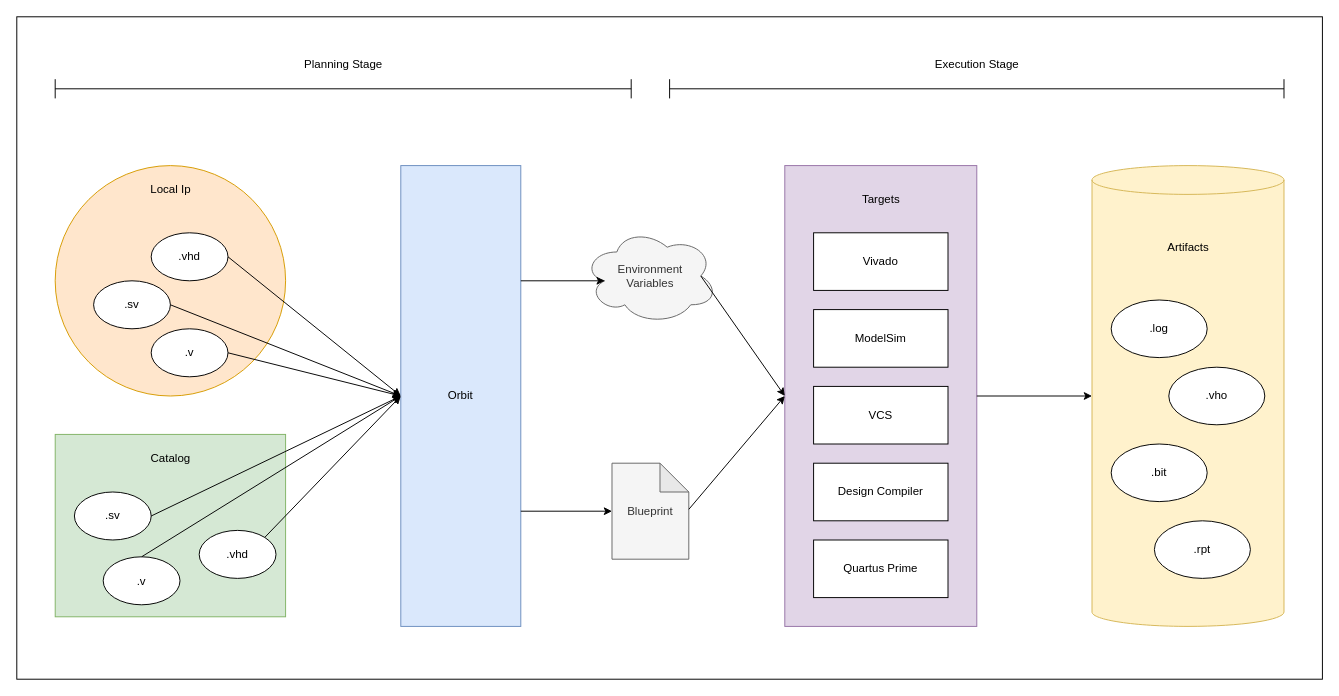
Earlier version of the draw.io diagram docs/src/diagrams/dataflow.drawio (chaseruskin/orbit). Source tidied: cells renumbered, new cells numbered last; positions are measured from the earlier drawing's top-left corner, leaving out a move shared by most shapes. Both pictures are drawn from the tidied source at 96%, with x=0, y=0 at pixel (16, 16).
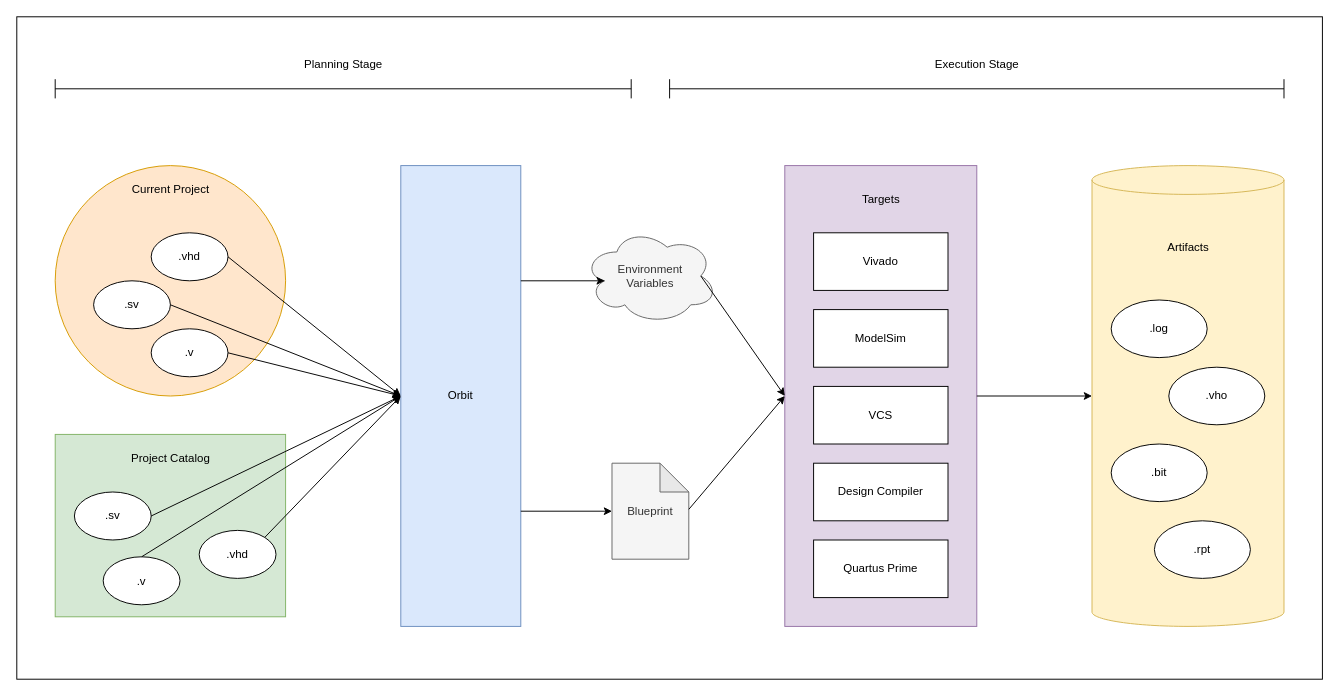
The same diagram, later.

Unchanged cells that the change refers to:
```xml
<mxCell id="8" style="group;" parent="1" vertex="1">
  <mxGeometry x="80" y="225" width="220" height="220" as="geometry" />
</mxCell>
```

Diff of the diagram source:
```diff
@@
-    <mxCell id="13" value="Local Ip" style="text;html=1;align=center;verticalAlign=middle;strokeColor=none;fillColor=none;" parent="8" vertex="1">
-      <mxGeometry x="45" y="-60" width="70" height="30" as="geometry" />
+    <mxCell id="13" value="Current Project" style="text;html=1;align=center;verticalAlign=middle;strokeColor=none;fillColor=none;" parent="8" vertex="1">
+      <mxGeometry x="30" y="-60" width="100" height="30" as="geometry" />
     </mxCell>
@@
-    <mxCell id="33" value="Catalog" style="text;html=1;align=center;verticalAlign=middle;strokeColor=none;fillColor=none;" parent="1" vertex="1">
-      <mxGeometry x="130" y="445" width="60" height="30" as="geometry" />
+    <mxCell id="33" value="Project Catalog" style="text;html=1;align=center;verticalAlign=middle;strokeColor=none;fillColor=none;" parent="1" vertex="1">
+      <mxGeometry x="105" y="445" width="110" height="30" as="geometry" />
     </mxCell>
```
